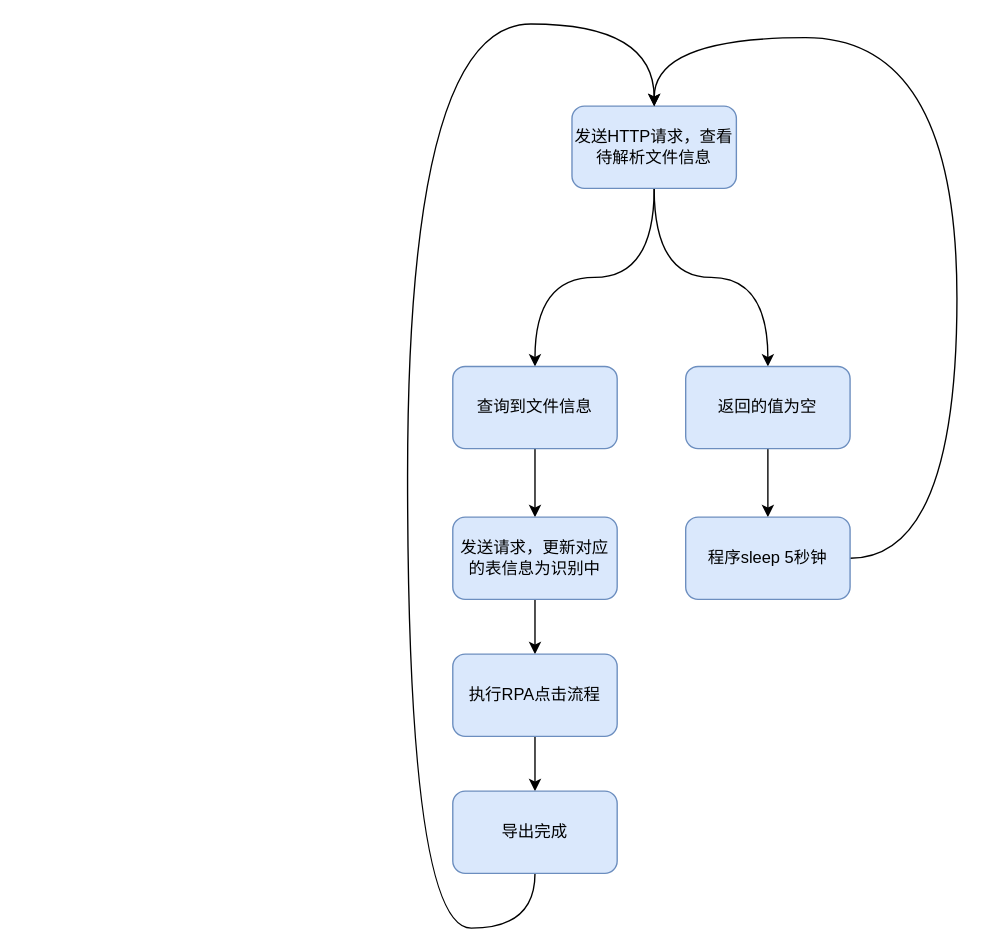
Before: draw.io/rpa程序流程图.drawio in KeatonLi/pictures, a draw.io diagram. Source tidied: cells renumbered, new cells numbered last; positions are measured from the earlier drawing's top-left corner, leaving out a move shared by most shapes. Both pictures are drawn from the tidied source at 137%, with x=0, y=0 at pixel (407, 23).
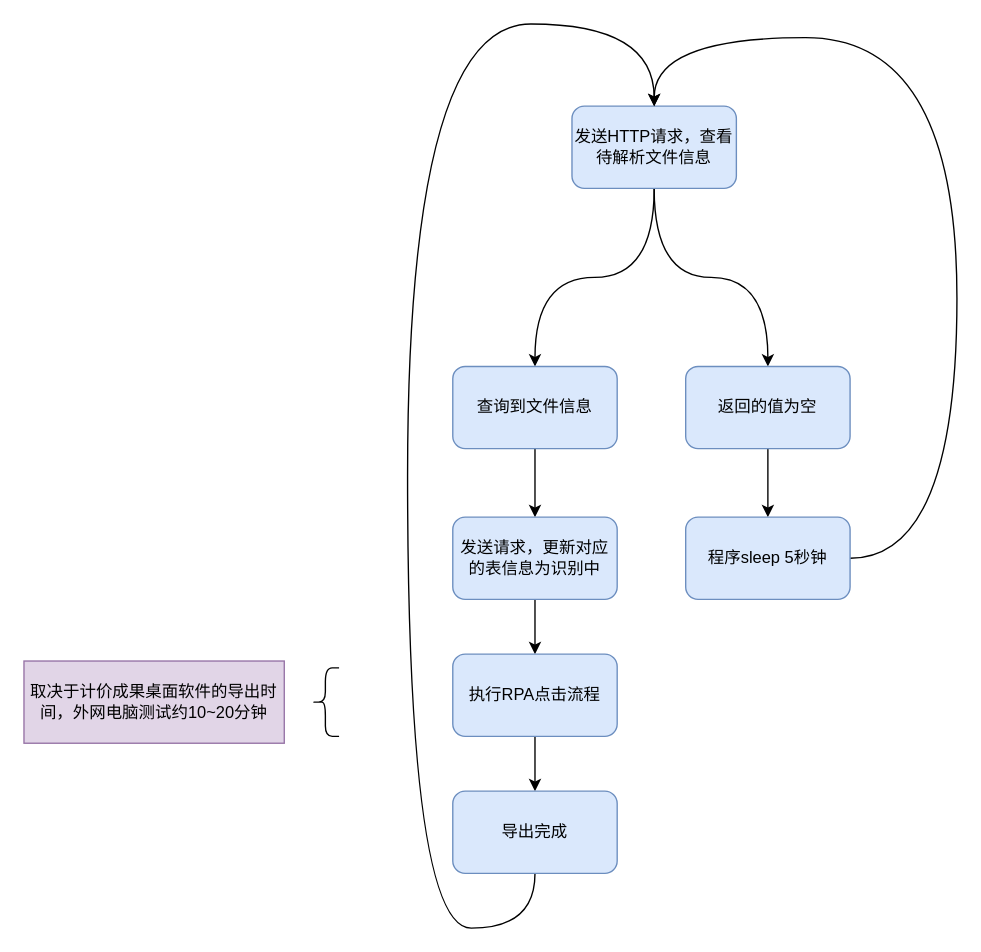
The same diagram, later.

Commit message (it also covers changes not shown here):
更新rpa程序流程图.drawio

The edit, as a diff of the source:
```diff
@@
+    <mxCell id="17" style="shape=curlyBracket;whiteSpace=wrap;html=1;rounded=1;labelPosition=left;verticalLabelPosition=middle;align=right;verticalAlign=middle;" parent="1" vertex="1">
+      <mxGeometry x="-70" y="470" width="20" height="50" as="geometry" />
+    </mxCell>
+    <mxCell id="18" value="取决于计价成果桌面软件的导出时间，外网电脑测试约10~20分钟" style="rounded=0;whiteSpace=wrap;html=1;fillColor=#e1d5e7;strokeColor=#9673a6;" parent="1" vertex="1">
+      <mxGeometry x="-280" y="465" width="190" height="60" as="geometry" />
+    </mxCell>
```
